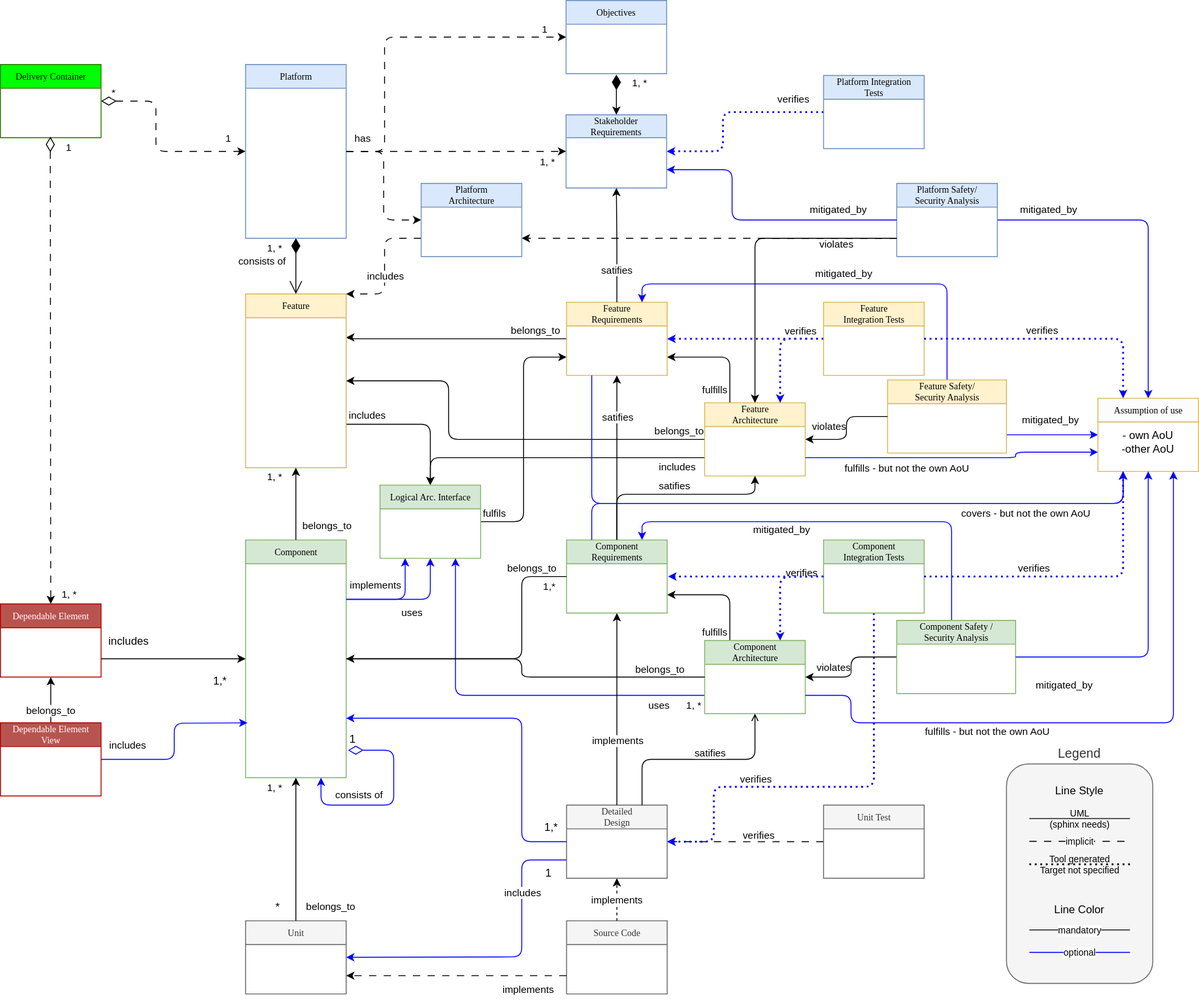
Before: pr-654/_images/score_building_blocks_meta_model.drawio.svg, a diagram exported from draw.io (eclipse-score/process_description). Source tidied: cells renumbered, new cells last; positions are measured from the earlier drawing's top-left corner, leaving out a move shared by most shapes.
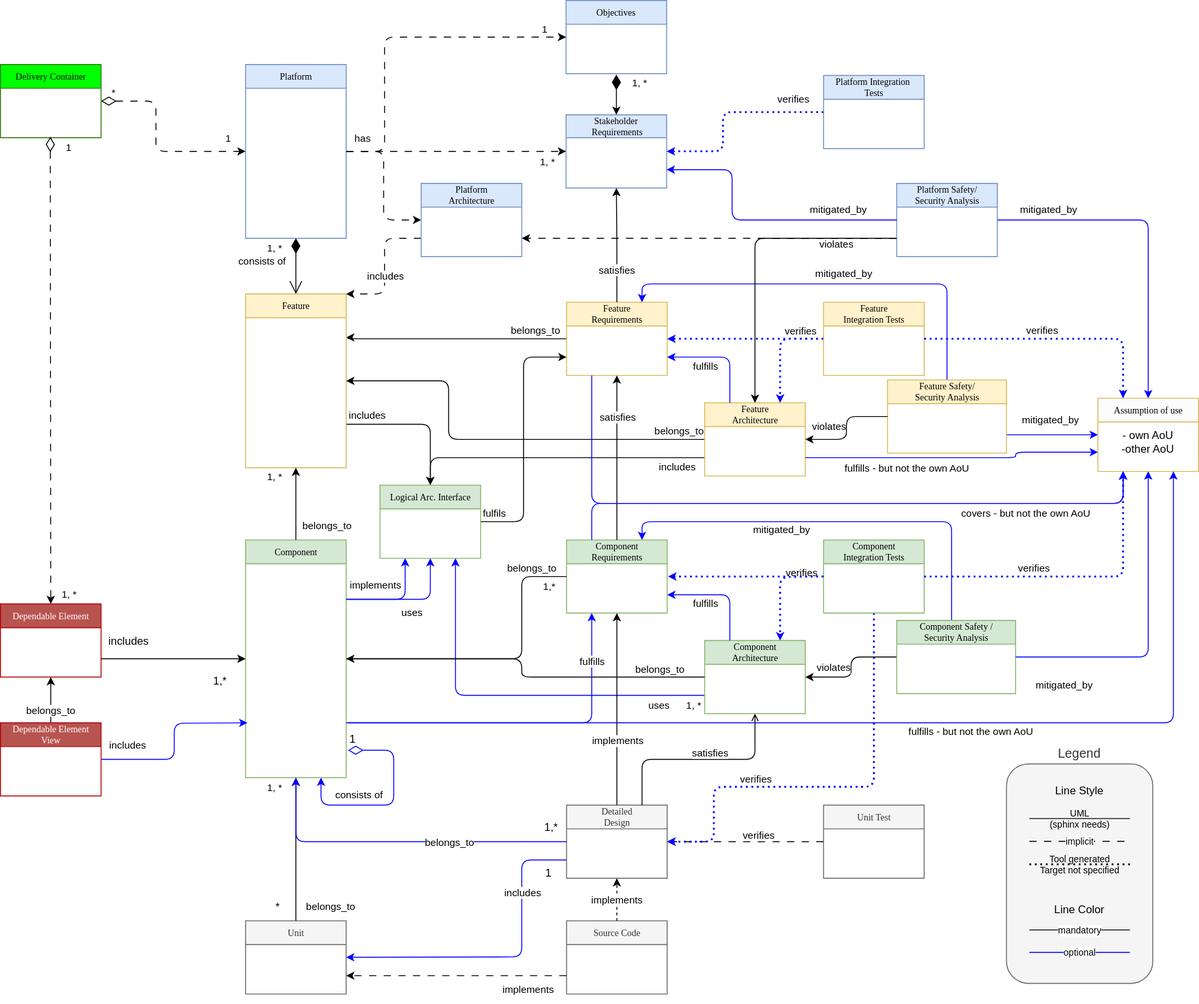
Later version of the same file.

Diff of the diagram source:
```diff
@@ -43,14 +43,6 @@
     <mxCell id="11" value="Feature&lt;br&gt;Requirements" style="swimlane;html=1;fontStyle=0;horizontal=1;startSize=26;fillColor=#fff2cc;swimlaneFillColor=#ffffff;rounded=0;shadow=0;comic=0;labelBackgroundColor=none;strokeWidth=1;fontFamily=Verdana;fontSize=10;align=center;strokeColor=#d6b656;" parent="1" vertex="1">
       <mxGeometry x="619" y="330" width="110" height="80" as="geometry" />
     </mxCell>
-    <mxCell id="12" style="edgeStyle=orthogonalEdgeStyle;rounded=1;jettySize=auto;html=1;exitX=0.25;exitY=0;exitDx=0;exitDy=0;entryX=1;entryY=0.75;entryDx=0;entryDy=0;endArrow=classic;endFill=1;curved=0;" parent="1" edge="1" source="17" target="11">
-      <mxGeometry x="0.64" y="10" relative="1" as="geometry" />
-    </mxCell>
-    <mxCell id="13" value="fulfills" style="edgeLabel;html=1;align=center;verticalAlign=middle;" parent="12" vertex="1">
-      <mxGeometry x="0.11" y="1" relative="1" as="geometry">
-        <mxPoint x="-1" y="34" as="offset" />
-      </mxGeometry>
-    </mxCell>
     <mxCell id="14" value="includes" style="edgeStyle=orthogonalEdgeStyle;html=1;exitX=0;exitY=0.75;exitDx=0;exitDy=0;entryX=0.5;entryY=0;entryDx=0;entryDy=0;" parent="1" edge="1" source="17" target="109">
       <mxGeometry x="-0.82" y="10" relative="1" as="geometry" />
     </mxCell>
@@ -70,19 +62,6 @@
     <mxCell id="17" value="Feature&lt;br&gt;Architecture" style="swimlane;html=1;fontStyle=0;horizontal=1;startSize=26;fillColor=#fff2cc;swimlaneFillColor=#ffffff;rounded=0;shadow=0;comic=0;labelBackgroundColor=none;strokeWidth=1;fontFamily=Verdana;fontSize=10;align=center;strokeColor=#d6b656;" parent="1" vertex="1">
       <mxGeometry x="770" y="440" width="110" height="80" as="geometry" />
     </mxCell>
-    <mxCell id="18" style="edgeStyle=orthogonalEdgeStyle;rounded=1;jettySize=auto;html=1;entryX=0.5;entryY=1;entryDx=0;entryDy=0;endArrow=classic;endFill=1;exitX=0.5;exitY=0;exitDx=0;exitDy=0;curved=0;" parent="1" edge="1" source="20" target="17">
-      <mxGeometry relative="1" as="geometry">
-        <Array as="points">
-          <mxPoint x="674" y="540" />
-          <mxPoint x="825" y="540" />
-        </Array>
-      </mxGeometry>
-    </mxCell>
-    <mxCell id="19" value="satifies" style="edgeLabel;html=1;align=center;verticalAlign=middle;" parent="18" vertex="1">
-      <mxGeometry x="0.06" y="6" relative="1" as="geometry">
-        <mxPoint x="-5" y="-4" as="offset" />
-      </mxGeometry>
-    </mxCell>
     <mxCell id="20" value="Component&lt;br&gt;Requirements" style="swimlane;html=1;fontStyle=0;horizontal=1;startSize=26;fillColor=#d5e8d4;swimlaneFillColor=#ffffff;rounded=0;shadow=0;comic=0;labelBackgroundColor=none;strokeWidth=1;fontFamily=Verdana;fontSize=10;align=center;strokeColor=#82b366;" parent="1" vertex="1">
       <mxGeometry x="619" y="590" width="110" height="80" as="geometry" />
     </mxCell>
@@ -199,18 +178,6 @@
         </Array>
       </mxGeometry>
     </mxCell>
-    <mxCell id="46" style="edgeStyle=orthogonalEdgeStyle;rounded=1;jettySize=auto;html=1;entryX=1;entryY=0.75;entryDx=0;entryDy=0;endArrow=classic;endFill=1;exitX=0.25;exitY=0;exitDx=0;exitDy=0;curved=0;strokeColor=#000000;" parent="1" edge="1" source="49" target="20">
-      <mxGeometry relative="1" as="geometry">
-        <Array as="points">
-          <mxPoint x="797" y="650" />
-        </Array>
-      </mxGeometry>
-    </mxCell>
-    <mxCell id="47" value="fulfills" style="edgeLabel;html=1;align=center;verticalAlign=middle;" parent="46" vertex="1">
-      <mxGeometry x="0.06" y="6" relative="1" as="geometry">
-        <mxPoint x="-4" y="34" as="offset" />
-      </mxGeometry>
-    </mxCell>
     <mxCell id="48" value="uses" style="edgeStyle=orthogonalEdgeStyle;html=1;exitX=0;exitY=0.75;exitDx=0;exitDy=0;entryX=0.75;entryY=1;entryDx=0;entryDy=0;strokeColor=#0000FF;verticalAlign=top;spacing=0;" parent="1" edge="1" source="49" target="109">
       <mxGeometry x="-0.76" relative="1" as="geometry" />
     </mxCell>
@@ -223,7 +190,7 @@
         <mxPoint x="674" y="410" as="targetPoint" />
       </mxGeometry>
     </mxCell>
-    <mxCell id="51" value="satifies" style="edgeLabel;html=1;align=center;verticalAlign=middle;" parent="50" vertex="1">
+    <mxCell id="51" value="satisfies" style="edgeLabel;html=1;align=center;verticalAlign=middle;" parent="50" vertex="1">
       <mxGeometry x="0.06" y="6" relative="1" as="geometry">
         <mxPoint x="6" y="-40" as="offset" />
       </mxGeometry>
@@ -244,18 +211,20 @@
     <mxCell id="54" value="Detailed&lt;br&gt;Design" style="swimlane;html=1;fontStyle=0;horizontal=1;startSize=26;fillColor=#f5f5f5;swimlaneFillColor=#ffffff;rounded=0;shadow=0;comic=0;labelBackgroundColor=none;strokeWidth=1;fontFamily=Verdana;fontSize=10;align=center;fontColor=#333333;strokeColor=#666666;" parent="1" vertex="1">
       <mxGeometry x="619" y="880" width="110" height="80" as="geometry" />
     </mxCell>
-    <mxCell id="55" style="edgeStyle=orthogonalEdgeStyle;rounded=1;jettySize=auto;html=1;entryX=0;entryY=0.5;entryDx=0;entryDy=0;verticalAlign=bottom;curved=0;exitX=1;exitY=0.75;exitDx=0;exitDy=0;endArrow=none;endFill=0;startArrow=classic;startFill=1;strokeColor=#0000FF;" parent="1" edge="1" source="9" target="54">
+    <mxCell id="55" style="edgeStyle=orthogonalEdgeStyle;rounded=1;jettySize=auto;html=1;entryX=0;entryY=0.5;entryDx=0;entryDy=0;verticalAlign=bottom;curved=0;exitX=0.5;exitY=1;exitDx=0;exitDy=0;endArrow=none;endFill=0;startArrow=classic;startFill=1;strokeColor=#0000FF;" parent="1" edge="1" source="9" target="54">
       <mxGeometry x="-0.88" relative="1" as="geometry">
         <Array as="points">
-          <mxPoint x="570" y="785" />
-          <mxPoint x="570" y="920" />
+          <mxPoint x="323" y="920" />
         </Array>
       </mxGeometry>
     </mxCell>
+    <mxCell id="145" value="belongs_to" style="edgeLabel;html=1;align=center;verticalAlign=middle;" parent="55" vertex="1">
+      <mxGeometry x="0.3" relative="1" as="geometry" />
+    </mxCell>
     <mxCell id="56" style="edgeStyle=orthogonalEdgeStyle;rounded=1;jettySize=auto;html=1;entryX=0.5;entryY=1;entryDx=0;entryDy=0;endArrow=open;endFill=0;exitX=0.75;exitY=0;exitDx=0;exitDy=0;curved=0;" parent="1" edge="1" source="54" target="49">
       <mxGeometry relative="1" as="geometry" />
     </mxCell>
-    <mxCell id="57" value="satifies" style="edgeLabel;html=1;align=center;verticalAlign=middle;" parent="56" vertex="1">
+    <mxCell id="57" value="satisfies" style="edgeLabel;html=1;align=center;verticalAlign=middle;" parent="56" vertex="1">
       <mxGeometry x="0.06" y="6" relative="1" as="geometry">
         <mxPoint x="6" y="-2" as="offset" />
       </mxGeometry>
@@ -603,18 +572,18 @@
         <mxPoint x="-98" y="10" as="offset" />
       </mxGeometry>
     </mxCell>
-    <mxCell id="128" style="edgeStyle=orthogonalEdgeStyle;rounded=1;jettySize=auto;html=1;exitX=0.75;exitY=1;exitDx=0;exitDy=0;strokeColor=#0000ff;startArrow=classic;startFill=1;endArrow=none;endFill=0;entryX=1;entryY=0.75;entryDx=0;entryDy=0;" parent="1" edge="1" source="71" target="49">
+    <mxCell id="128" style="edgeStyle=orthogonalEdgeStyle;rounded=1;jettySize=auto;html=1;exitX=0.75;exitY=1;exitDx=0;exitDy=0;strokeColor=#0000ff;startArrow=classic;startFill=1;endArrow=none;endFill=0;" parent="1" edge="1" source="71">
       <mxGeometry relative="1" as="geometry">
+        <mxPoint x="378" y="790" as="targetPoint" />
         <Array as="points">
           <mxPoint x="1283" y="790" />
-          <mxPoint x="930" y="790" />
-          <mxPoint x="930" y="760" />
+          <mxPoint x="378" y="790" />
         </Array>
       </mxGeometry>
     </mxCell>
     <mxCell id="129" value="fulfills - but not the own AoU" style="edgeLabel;html=1;align=center;verticalAlign=middle;" parent="128" vertex="1">
       <mxGeometry x="0.35" y="-2" relative="1" as="geometry">
-        <mxPoint y="11" as="offset" />
+        <mxPoint x="302" y="11" as="offset" />
       </mxGeometry>
     </mxCell>
     <mxCell id="130" style="edgeStyle=orthogonalEdgeStyle;rounded=1;jettySize=auto;html=1;entryX=0.25;entryY=0;entryDx=0;entryDy=0;dashed=1;curved=0;strokeColor=#0000FF;dashPattern=1 2;strokeWidth=2;endSize=3;exitX=1;exitY=0.5;exitDx=0;exitDy=0;" parent="1" edge="1" source="77" target="71">
@@ -672,7 +641,7 @@
     <mxCell id="141" style="edgeStyle=orthogonalEdgeStyle;rounded=0;jettySize=auto;html=1;exitX=0.5;exitY=0;exitDx=0;exitDy=0;endArrow=classic;endFill=1;entryX=0.5;entryY=1;entryDx=0;entryDy=0;" parent="1" edge="1" source="11" target="31">
       <mxGeometry relative="1" as="geometry" />
     </mxCell>
-    <mxCell id="142" value="satifies" style="edgeLabel;html=1;align=center;verticalAlign=middle;" parent="141" vertex="1">
+    <mxCell id="142" value="satisfies" style="edgeLabel;html=1;align=center;verticalAlign=middle;" parent="141" vertex="1">
       <mxGeometry x="0.11" y="1" relative="1" as="geometry">
         <mxPoint x="1" y="34" as="offset" />
       </mxGeometry>
@@ -685,5 +654,30 @@
         <mxPoint x="35" y="2" as="offset" />
       </mxGeometry>
     </mxCell>
+    <mxCell id="146" style="edgeStyle=orthogonalEdgeStyle;rounded=1;jettySize=auto;html=1;exitX=0.25;exitY=1;exitDx=0;exitDy=0;strokeColor=#0000ff;startArrow=classic;startFill=1;endArrow=none;endFill=0;" parent="1" edge="1" source="20">
+      <mxGeometry relative="1" as="geometry">
+        <mxPoint x="380" y="790" as="targetPoint" />
+        <Array as="points">
+          <mxPoint x="647" y="790" />
+        </Array>
+      </mxGeometry>
+    </mxCell>
+    <mxCell id="147" value="fulfills" style="edgeLabel;html=1;align=center;verticalAlign=middle;" parent="146" vertex="1">
+      <mxGeometry x="-0.73" relative="1" as="geometry" />
+    </mxCell>
+    <mxCell id="12" value="fulfills" style="edgeStyle=orthogonalEdgeStyle;html=1;exitX=0.25;exitY=0;exitDx=0;exitDy=0;entryX=1;entryY=0.75;entryDx=0;entryDy=0;labelBackgroundColor=none;strokeColor=#0000FF;" parent="1" edge="1" source="17" target="11">
+      <mxGeometry x="0.31" y="10" relative="1" as="geometry">
+        <Array as="points">
+          <mxPoint x="798" y="390" />
+        </Array>
+      </mxGeometry>
+    </mxCell>
+    <mxCell id="46" value="fulfills" style="edgeStyle=orthogonalEdgeStyle;html=1;exitX=0.25;exitY=0;exitDx=0;exitDy=0;labelBackgroundColor=none;strokeColor=#0000FF;entryX=1;entryY=0.75;entryDx=0;entryDy=0;" parent="1" edge="1" source="49" target="20">
+      <mxGeometry x="0.31" y="10" relative="1" as="geometry">
+        <Array as="points">
+          <mxPoint x="798" y="650" />
+        </Array>
+      </mxGeometry>
+    </mxCell>
   </root>
 </mxGraphModel>
```
